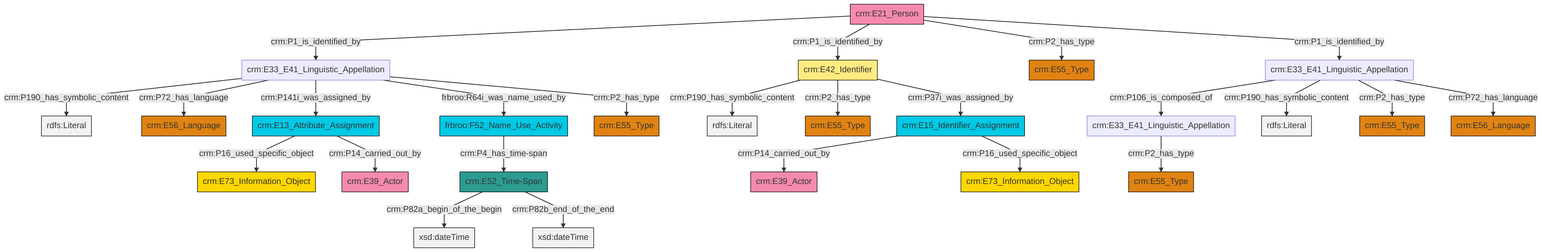
The Mermaid diagram et/personCSV/ttl/mmd/png/Person_Names_and_Classification.png in swiss-art-research-net/reference-data-models, before a commit. Its source is kept beside it as et/personCSV/ttl/mmd/Person_Names_and_Classification.ttl.mmd.
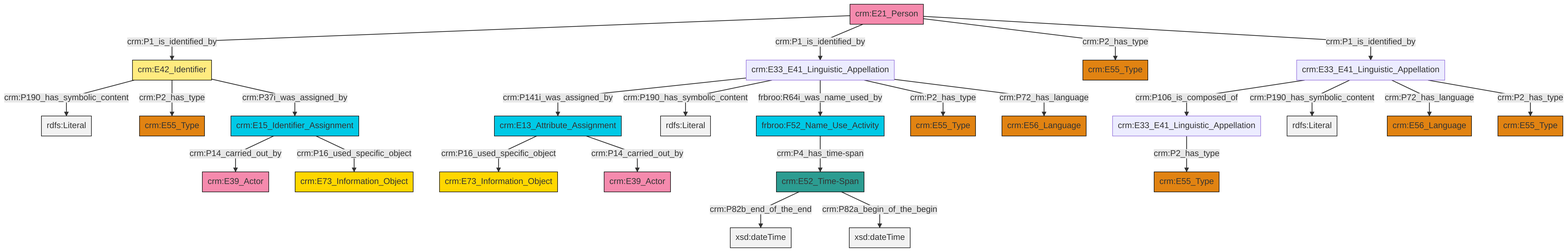
The same file after the commit.

Change to the diagram source:
```diff
@@ -13,27 +13,27 @@
 classDef PC_Classes fill:#4ce600, stroke:#000000;
 classDef Multi fill:#cccccc,stroke:#000000;
 
-4["crm:E33_E41_Linguistic_Appellation"]:::Default -->|crm:P106_is_composed_of| 5["crm:E33_E41_Linguistic_Appellation"]:::Default
-8["crm:E21_Person"]:::Actor -->|crm:P1_is_identified_by| 9["crm:E33_E41_Linguistic_Appellation"]:::Default
-10["crm:E13_Attribute_Assignment"]:::Temporal_Entity -->|crm:P16_used_specific_object| 11["crm:E73_Information_Object"]:::Conceptual_Object
-6["crm:E52_Time-Span"]:::Time-Span -->|crm:P82a_begin_of_the_begin| 12[xsd:dateTime]:::Literal
-13["crm:E42_Identifier"]:::Appellation -->|crm:P190_has_symbolic_content| 14[rdfs:Literal]:::Literal
-4["crm:E33_E41_Linguistic_Appellation"]:::Default -->|crm:P190_has_symbolic_content| 15[rdfs:Literal]:::Literal
-22["crm:E15_Identifier_Assignment"]:::Temporal_Entity -->|crm:P14_carried_out_by| 2["crm:E39_Actor"]:::Actor
-8["crm:E21_Person"]:::Actor -->|crm:P1_is_identified_by| 13["crm:E42_Identifier"]:::Appellation
-13["crm:E42_Identifier"]:::Appellation -->|crm:P2_has_type| 18["crm:E55_Type"]:::Type
-9["crm:E33_E41_Linguistic_Appellation"]:::Default -->|crm:P190_has_symbolic_content| 23[rdfs:Literal]:::Literal
-4["crm:E33_E41_Linguistic_Appellation"]:::Default -->|crm:P2_has_type| 24["crm:E55_Type"]:::Type
-4["crm:E33_E41_Linguistic_Appellation"]:::Default -->|crm:P72_has_language| 27["crm:E56_Language"]:::Type
-8["crm:E21_Person"]:::Actor -->|crm:P2_has_type| 16["crm:E55_Type"]:::Type
-22["crm:E15_Identifier_Assignment"]:::Temporal_Entity -->|crm:P16_used_specific_object| 30["crm:E73_Information_Object"]:::Conceptual_Object
-10["crm:E13_Attribute_Assignment"]:::Temporal_Entity -->|crm:P14_carried_out_by| 0["crm:E39_Actor"]:::Actor
-6["crm:E52_Time-Span"]:::Time-Span -->|crm:P82b_end_of_the_end| 39[xsd:dateTime]:::Literal
-9["crm:E33_E41_Linguistic_Appellation"]:::Default -->|crm:P72_has_language| 28["crm:E56_Language"]:::Type
-42["frbroo:F52_Name_Use_Activity"]:::Temporal_Entity -->|crm:P4_has_time-span| 6["crm:E52_Time-Span"]:::Time-Span
-9["crm:E33_E41_Linguistic_Appellation"]:::Default -->|crm:P141i_was_assigned_by| 10["crm:E13_Attribute_Assignment"]:::Temporal_Entity
-8["crm:E21_Person"]:::Actor -->|crm:P1_is_identified_by| 4["crm:E33_E41_Linguistic_Appellation"]:::Default
-13["crm:E42_Identifier"]:::Appellation -->|crm:P37i_was_assigned_by| 22["crm:E15_Identifier_Assignment"]:::Temporal_Entity
-9["crm:E33_E41_Linguistic_Appellation"]:::Default -->|frbroo:R64i_was_name_used_by| 42["frbroo:F52_Name_Use_Activity"]:::Temporal_Entity
-5["crm:E33_E41_Linguistic_Appellation"]:::Default -->|crm:P2_has_type| 44["crm:E55_Type"]:::Type
-9["crm:E33_E41_Linguistic_Appellation"]:::Default -->|crm:P2_has_type| 35["crm:E55_Type"]:::Type
+0["crm:E21_Person"]:::Actor -->|crm:P1_is_identified_by| 1["crm:E42_Identifier"]:::Appellation
+1["crm:E42_Identifier"]:::Appellation -->|crm:P190_has_symbolic_content| 2[rdfs:Literal]:::Literal
+3["crm:E15_Identifier_Assignment"]:::Temporal_Entity -->|crm:P14_carried_out_by| 4["crm:E39_Actor"]:::Actor
+8["crm:E33_E41_Linguistic_Appellation"]:::Default -->|crm:P141i_was_assigned_by| 9["crm:E13_Attribute_Assignment"]:::Temporal_Entity
+17["crm:E33_E41_Linguistic_Appellation"]:::Default -->|crm:P106_is_composed_of| 6["crm:E33_E41_Linguistic_Appellation"]:::Default
+1["crm:E42_Identifier"]:::Appellation -->|crm:P2_has_type| 18["crm:E55_Type"]:::Type
+8["crm:E33_E41_Linguistic_Appellation"]:::Default -->|crm:P190_has_symbolic_content| 20[rdfs:Literal]:::Literal
+9["crm:E13_Attribute_Assignment"]:::Temporal_Entity -->|crm:P16_used_specific_object| 10["crm:E73_Information_Object"]:::Conceptual_Object
+23["frbroo:F52_Name_Use_Activity"]:::Temporal_Entity -->|crm:P4_has_time-span| 15["crm:E52_Time-Span"]:::Time-Span
+8["crm:E33_E41_Linguistic_Appellation"]:::Default -->|frbroo:R64i_was_name_used_by| 23["frbroo:F52_Name_Use_Activity"]:::Temporal_Entity
+8["crm:E33_E41_Linguistic_Appellation"]:::Default -->|crm:P2_has_type| 13["crm:E55_Type"]:::Type
+0["crm:E21_Person"]:::Actor -->|crm:P1_is_identified_by| 8["crm:E33_E41_Linguistic_Appellation"]:::Default
+15["crm:E52_Time-Span"]:::Time-Span -->|crm:P82b_end_of_the_end| 35[xsd:dateTime]:::Literal
+1["crm:E42_Identifier"]:::Appellation -->|crm:P37i_was_assigned_by| 3["crm:E15_Identifier_Assignment"]:::Temporal_Entity
+9["crm:E13_Attribute_Assignment"]:::Temporal_Entity -->|crm:P14_carried_out_by| 21["crm:E39_Actor"]:::Actor
+17["crm:E33_E41_Linguistic_Appellation"]:::Default -->|crm:P190_has_symbolic_content| 40[rdfs:Literal]:::Literal
+17["crm:E33_E41_Linguistic_Appellation"]:::Default -->|crm:P72_has_language| 32["crm:E56_Language"]:::Type
+15["crm:E52_Time-Span"]:::Time-Span -->|crm:P82a_begin_of_the_begin| 41[xsd:dateTime]:::Literal
+3["crm:E15_Identifier_Assignment"]:::Temporal_Entity -->|crm:P16_used_specific_object| 30["crm:E73_Information_Object"]:::Conceptual_Object
+6["crm:E33_E41_Linguistic_Appellation"]:::Default -->|crm:P2_has_type| 26["crm:E55_Type"]:::Type
+8["crm:E33_E41_Linguistic_Appellation"]:::Default -->|crm:P72_has_language| 37["crm:E56_Language"]:::Type
+0["crm:E21_Person"]:::Actor -->|crm:P2_has_type| 28["crm:E55_Type"]:::Type
+17["crm:E33_E41_Linguistic_Appellation"]:::Default -->|crm:P2_has_type| 24["crm:E55_Type"]:::Type
+0["crm:E21_Person"]:::Actor -->|crm:P1_is_identified_by| 17["crm:E33_E41_Linguistic_Appellation"]:::Default
```
